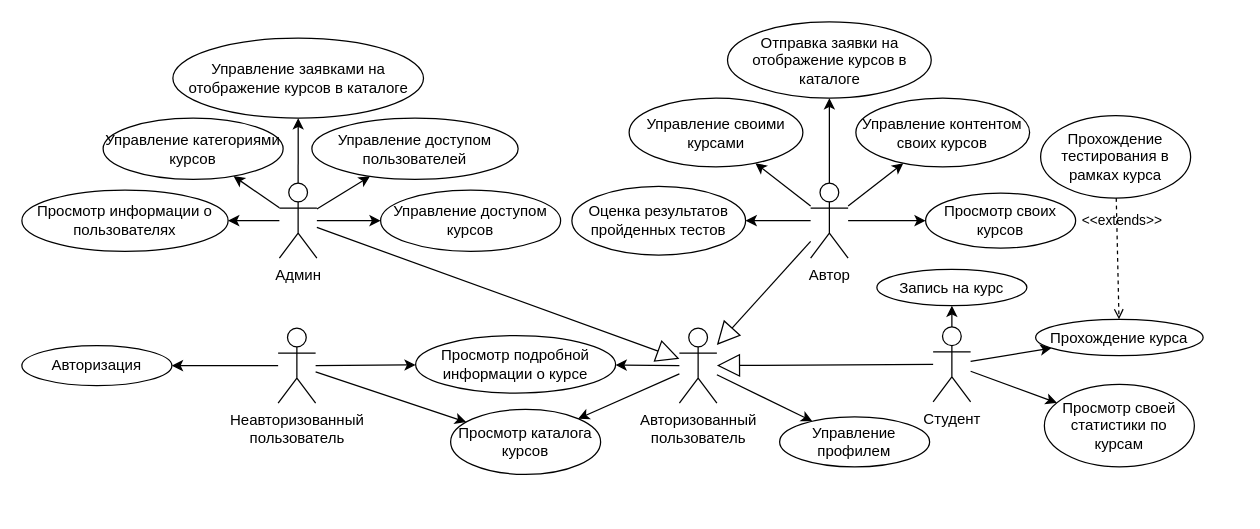
Earlier version of the draw.io diagram doc/use-case.drawio (trapbed/diplom). Source tidied: cells renumbered, new cells numbered last; positions are measured from the earlier drawing's top-left corner, leaving out a move shared by most shapes. Both pictures are drawn from the tidied source at 125%, with x=0, y=0 at pixel (21, 21).
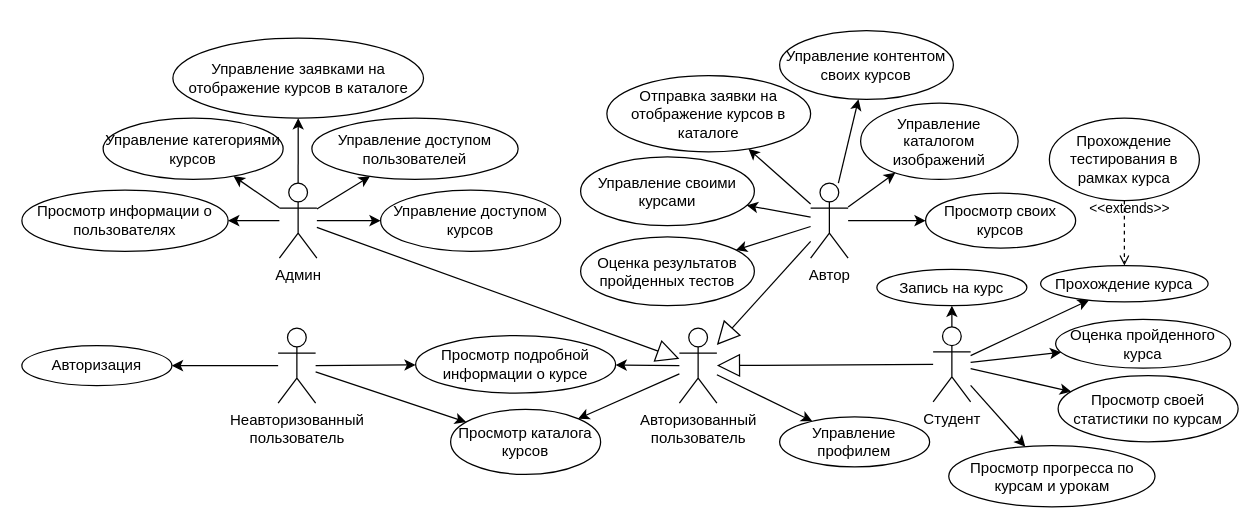
After the change.

Unchanged cells that the change refers to:
```xml
<mxCell id="2" value="Автор" style="shape=umlActor;verticalLabelPosition=bottom;verticalAlign=top;html=1;outlineConnect=0;" parent="1" vertex="1">
  <mxGeometry x="631" y="129" width="30" height="60" as="geometry" />
</mxCell>
<mxCell id="3" value="Студент" style="shape=umlActor;verticalLabelPosition=bottom;verticalAlign=top;html=1;outlineConnect=0;" parent="1" vertex="1">
  <mxGeometry x="729" y="244" width="30" height="60" as="geometry" />
</mxCell>
```

Diff of the diagram source:
```diff
@@
     <mxCell id="17" value="Просмотр своей статистики по курсам" style="ellipse;whiteSpace=wrap;html=1;" parent="1" vertex="1">
-      <mxGeometry x="818" y="290" width="120" height="66" as="geometry" />
+      <mxGeometry x="829" y="283" width="144" height="53" as="geometry" />
     </mxCell>
@@
     <mxCell id="19" value="Прохождение тестирования в рамках курса" style="ellipse;whiteSpace=wrap;html=1;" parent="1" vertex="1">
-      <mxGeometry x="815" y="75" width="120" height="66" as="geometry" />
+      <mxGeometry x="822" y="77" width="120" height="66" as="geometry" />
     </mxCell>
@@
     <mxCell id="29" value="Управление своими курсами" style="ellipse;whiteSpace=wrap;html=1;" parent="1" vertex="1">
-      <mxGeometry x="485.8" y="61" width="139" height="55" as="geometry" />
+      <mxGeometry x="447" y="108" width="139" height="55" as="geometry" />
     </mxCell>
@@
     <mxCell id="31" value="Управление контентом своих курсов" style="ellipse;whiteSpace=wrap;html=1;" parent="1" vertex="1">
-      <mxGeometry x="667.2" y="61" width="139" height="55" as="geometry" />
+      <mxGeometry x="606.2" y="7" width="139" height="55" as="geometry" />
     </mxCell>
@@
     <mxCell id="33" value="Отправка заявки на отображение курсов в каталоге" style="ellipse;whiteSpace=wrap;html=1;" parent="1" vertex="1">
-      <mxGeometry x="564.5" width="163" height="61" as="geometry" />
+      <mxGeometry x="468" y="43" width="163" height="61" as="geometry" />
     </mxCell>
@@
     <mxCell id="35" value="Оценка результатов пройденных тестов" style="ellipse;whiteSpace=wrap;html=1;" parent="1" vertex="1">
-      <mxGeometry x="440" y="131.5" width="139" height="55" as="geometry" />
+      <mxGeometry x="447" y="172" width="139" height="55" as="geometry" />
     </mxCell>
@@
     <mxCell id="47" value="Прохождение курса" style="ellipse;whiteSpace=wrap;html=1;" parent="1" vertex="1">
-      <mxGeometry x="811" y="238" width="134" height="29" as="geometry" />
+      <mxGeometry x="815" y="195" width="134" height="29" as="geometry" />
     </mxCell>
+    <mxCell id="48" value="Просмотр прогресса по курсам и урокам" style="ellipse;whiteSpace=wrap;html=1;" parent="1" vertex="1">
+      <mxGeometry x="741.5" y="339" width="165" height="49" as="geometry" />
+    </mxCell>
+    <mxCell id="49" value="Оценка пройденного курса" style="ellipse;whiteSpace=wrap;html=1;" parent="1" vertex="1">
+      <mxGeometry x="827" y="238" width="140" height="39" as="geometry" />
+    </mxCell>
+    <mxCell id="50" value="Управление каталогом изображений" style="ellipse;whiteSpace=wrap;html=1;" parent="1" vertex="1">
+      <mxGeometry x="671" y="65" width="126" height="61" as="geometry" />
+    </mxCell>
+    <mxCell id="51" style="endArrow=classic;html=1;rounded=0;" parent="1" edge="1" source="3" target="49">
+      <mxGeometry relative="1" as="geometry" />
+    </mxCell>
+    <mxCell id="52" style="endArrow=classic;html=1;rounded=0;" parent="1" edge="1" source="3" target="48">
+      <mxGeometry relative="1" as="geometry" />
+    </mxCell>
+    <mxCell id="53" style="endArrow=classic;html=1;rounded=0;" parent="1" edge="1" source="2" target="50">
+      <mxGeometry relative="1" as="geometry" />
+    </mxCell>
```
